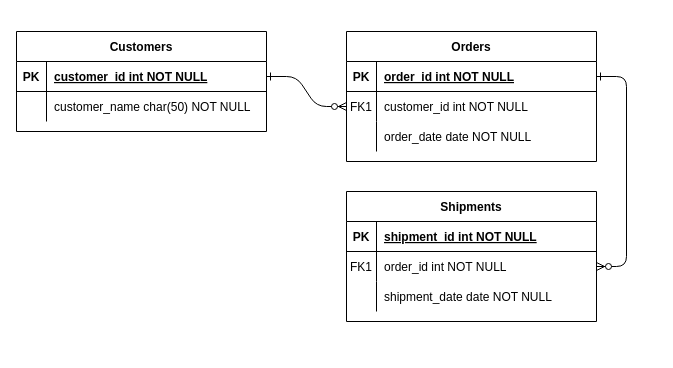
Earlier version of the draw.io diagram Untitled Diagram.drawio (hushus23/database-olshop). Source tidied: cells renumbered, new cells numbered last; positions are measured from the earlier drawing's top-left corner, leaving out a move shared by most shapes. Both pictures are drawn from the tidied source at 100%, with x=0, y=0 at pixel (16, 31).
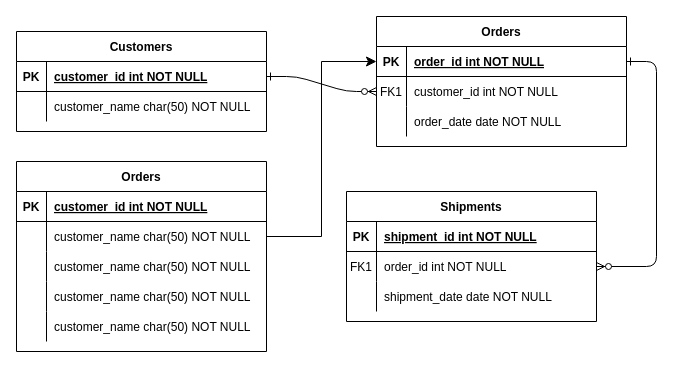
Above is the later version.

Unchanged cells that the change refers to:
```xml
<mxCell id="5" style="shape=partialRectangle;fillColor=none;points=[[0,0.5],[1,0.5]];portConstraint=eastwest;top=0;left=0;right=0;bottom=1;" parent="4" vertex="1">
  <mxGeometry y="30" width="250" height="30" as="geometry" />
</mxCell>
```

The edit, as a diff of the source:
```diff
@@
     <mxCell id="4" value="Orders" style="shape=table;startSize=30;childLayout=tableLayout;rowLines=0;fontStyle=1;align=center;" parent="1" vertex="1">
-      <mxGeometry x="330" width="250" height="130" as="geometry" />
+      <mxGeometry x="360" y="-15" width="250" height="130" as="geometry" />
     </mxCell>
@@
+    <mxCell id="31" value="Orders" style="shape=table;startSize=30;childLayout=tableLayout;rowLines=0;fontStyle=1;align=center;" parent="1" vertex="1">
+      <mxGeometry y="130" width="250" height="190" as="geometry" />
+    </mxCell>
+    <mxCell id="32" style="shape=partialRectangle;fillColor=none;top=0;left=0;right=0;bottom=1;" parent="31" vertex="1">
+      <mxGeometry y="30" width="250" height="30" as="geometry" />
+    </mxCell>
+    <mxCell id="33" value="PK" style="shape=partialRectangle;overflow=hidden;fillColor=none;top=0;left=0;bottom=0;right=0;fontStyle=1;" parent="32" vertex="1">
+      <mxGeometry width="30" height="30" as="geometry" />
+    </mxCell>
+    <mxCell id="34" value="customer_id int NOT NULL " style="shape=partialRectangle;overflow=hidden;fillColor=none;top=0;left=0;bottom=0;right=0;align=left;spacingLeft=6;fontStyle=5;" parent="32" vertex="1">
+      <mxGeometry x="30" width="220" height="30" as="geometry" />
+    </mxCell>
+    <mxCell id="35" style="shape=partialRectangle;fillColor=none;points=[[0,0.5],[1,0.5]];portConstraint=eastwest;top=0;left=0;right=0;bottom=0;" parent="31" vertex="1">
+      <mxGeometry y="60" width="250" height="30" as="geometry" />
+    </mxCell>
+    <mxCell id="36" style="shape=partialRectangle;overflow=hidden;fillColor=none;top=0;left=0;bottom=0;right=0;" parent="35" vertex="1">
+      <mxGeometry width="30" height="30" as="geometry" />
+    </mxCell>
+    <mxCell id="37" value="customer_name char(50) NOT NULL" style="shape=partialRectangle;overflow=hidden;fillColor=none;top=0;left=0;bottom=0;right=0;align=left;spacingLeft=6;" parent="35" vertex="1">
+      <mxGeometry x="30" width="220" height="30" as="geometry" />
+    </mxCell>
+    <mxCell id="38" style="shape=partialRectangle;fillColor=none;top=0;left=0;right=0;bottom=0;" parent="31" vertex="1">
+      <mxGeometry y="90" width="250" height="30" as="geometry" />
+    </mxCell>
+    <mxCell id="39" style="shape=partialRectangle;overflow=hidden;fillColor=none;top=0;left=0;bottom=0;right=0;" parent="38" vertex="1">
+      <mxGeometry width="30" height="30" as="geometry" />
+    </mxCell>
+    <mxCell id="40" value="customer_name char(50) NOT NULL" style="shape=partialRectangle;overflow=hidden;fillColor=none;top=0;left=0;bottom=0;right=0;align=left;spacingLeft=6;" parent="38" vertex="1">
+      <mxGeometry x="30" width="220" height="30" as="geometry" />
+    </mxCell>
+    <mxCell id="41" style="shape=partialRectangle;fillColor=none;top=0;left=0;right=0;bottom=0;" parent="31" vertex="1">
+      <mxGeometry y="120" width="250" height="30" as="geometry" />
+    </mxCell>
+    <mxCell id="42" style="shape=partialRectangle;overflow=hidden;fillColor=none;top=0;left=0;bottom=0;right=0;" parent="41" vertex="1">
+      <mxGeometry width="30" height="30" as="geometry" />
+    </mxCell>
+    <mxCell id="43" value="customer_name char(50) NOT NULL" style="shape=partialRectangle;overflow=hidden;fillColor=none;top=0;left=0;bottom=0;right=0;align=left;spacingLeft=6;" parent="41" vertex="1">
+      <mxGeometry x="30" width="220" height="30" as="geometry" />
+    </mxCell>
+    <mxCell id="44" style="shape=partialRectangle;fillColor=none;top=0;left=0;right=0;bottom=0;" parent="31" vertex="1">
+      <mxGeometry y="150" width="250" height="30" as="geometry" />
+    </mxCell>
+    <mxCell id="45" style="shape=partialRectangle;overflow=hidden;fillColor=none;top=0;left=0;bottom=0;right=0;" parent="44" vertex="1">
+      <mxGeometry width="30" height="30" as="geometry" />
+    </mxCell>
+    <mxCell id="46" value="customer_name char(50) NOT NULL" style="shape=partialRectangle;overflow=hidden;fillColor=none;top=0;left=0;bottom=0;right=0;align=left;spacingLeft=6;" parent="44" vertex="1">
+      <mxGeometry x="30" width="220" height="30" as="geometry" />
+    </mxCell>
+    <mxCell id="47" style="edgeStyle=orthogonalEdgeStyle;rounded=0;jettySize=auto;html=1;exitX=1;exitY=0.5;exitDx=0;exitDy=0;entryX=0;entryY=0.5;entryDx=0;entryDy=0;fontSize=12;startSize=8;endSize=8;" parent="1" edge="1" source="35" target="5">
+      <mxGeometry relative="1" as="geometry" />
+    </mxCell>
```
